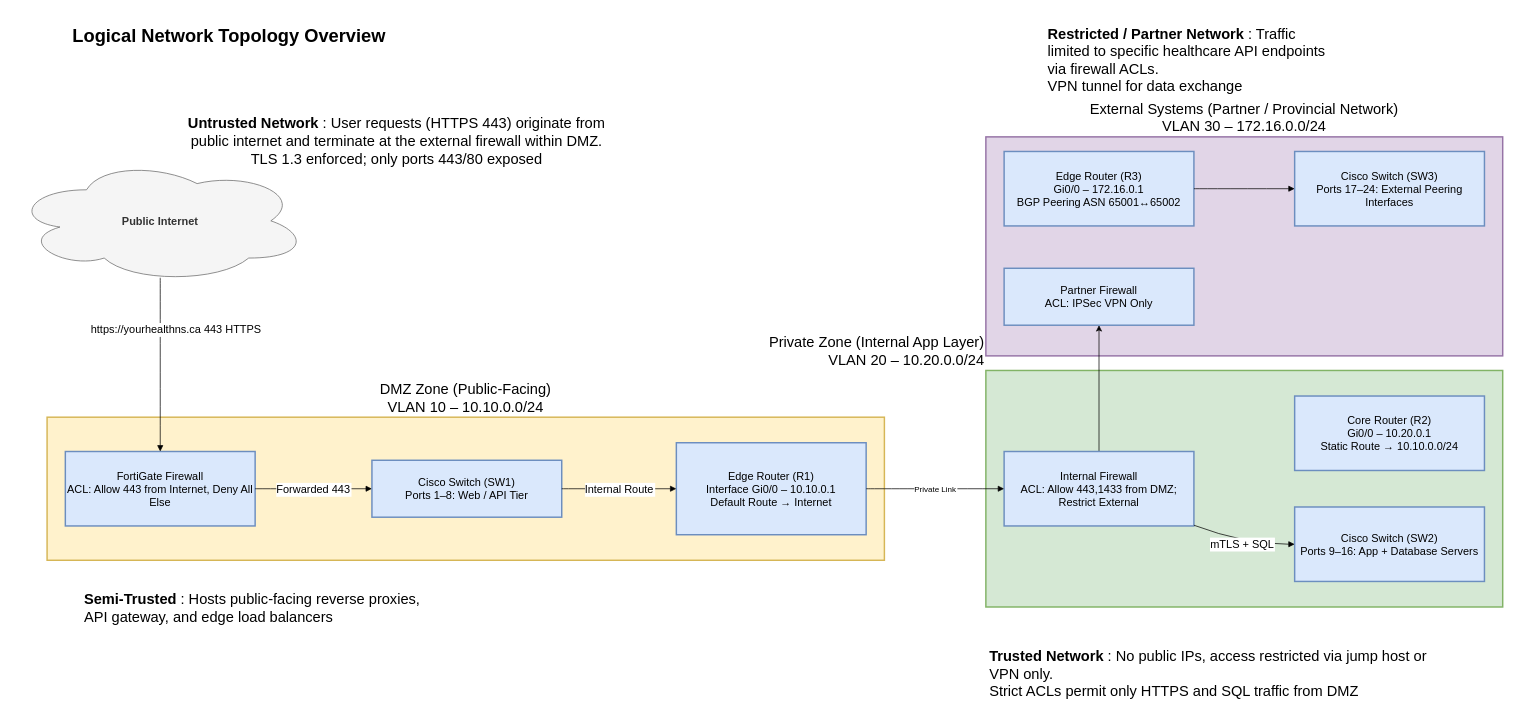
sacssuresh/YourHealthNS-Architecture keeps this draw.io diagram as NetworkArch.drawio. Above is the earlier version. Source tidied: cells renumbered, new cells numbered last; positions are measured from the earlier drawing's top-left corner, leaving out a move shared by most shapes. Both pictures are drawn from the tidied source at 73%, with x=0, y=0 at pixel (12, 20).
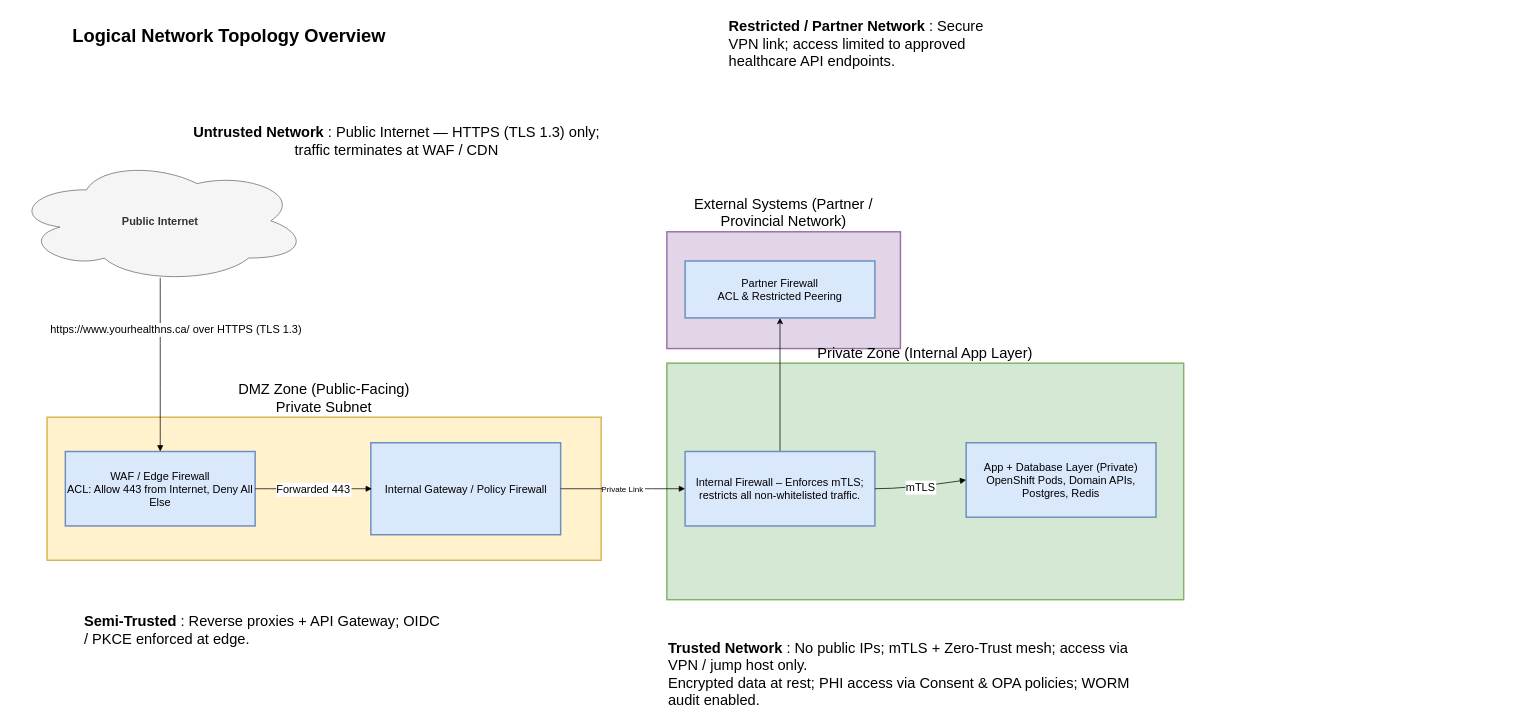
The same page after the edit.

Change to the diagram source:
```diff
@@
-    <mxCell id="2" value="External Systems (Partner / Provincial Network)&#10;VLAN 30 – 172.16.0.0/24" style="whiteSpace=wrap;strokeWidth=2;fillColor=#e1d5e7;strokeColor=#9673a6;fontSize=20;labelPosition=center;verticalLabelPosition=top;align=center;verticalAlign=bottom;" parent="1" vertex="1">
-      <mxGeometry x="1333" y="160" width="708" height="300" as="geometry" />
+    <mxCell id="2" value="External Systems (Partner / Provincial Network)" style="whiteSpace=wrap;strokeWidth=2;fillColor=#e1d5e7;strokeColor=#9673a6;fontSize=20;labelPosition=center;verticalLabelPosition=top;align=center;verticalAlign=bottom;" parent="1" vertex="1">
+      <mxGeometry x="896" y="290" width="320" height="160" as="geometry" />
     </mxCell>
-    <mxCell id="3" value="Private Zone (Internal App Layer)&#10;VLAN 20 – 10.20.0.0/24" style="whiteSpace=wrap;strokeWidth=2;fillColor=#d5e8d4;strokeColor=#82b366;labelPosition=left;verticalLabelPosition=top;align=right;verticalAlign=bottom;fontSize=20;" parent="1" vertex="1">
-      <mxGeometry x="1333" y="480" width="708" height="324" as="geometry" />
+    <mxCell id="3" value="Private Zone (Internal App Layer)" style="whiteSpace=wrap;strokeWidth=2;fillColor=#d5e8d4;strokeColor=#82b366;labelPosition=center;verticalLabelPosition=top;align=center;verticalAlign=bottom;fontSize=20;" parent="1" vertex="1">
+      <mxGeometry x="896" y="470" width="708" height="324" as="geometry" />
     </mxCell>
-    <mxCell id="4" value="DMZ Zone (Public-Facing)&#10;VLAN 10 – 10.10.0.0/24" style="whiteSpace=wrap;strokeWidth=2;fillColor=#fff2cc;strokeColor=#d6b656;fontSize=20;labelPosition=center;verticalLabelPosition=top;align=center;verticalAlign=bottom;" parent="1" vertex="1">
-      <mxGeometry x="47" y="544" width="1147" height="196" as="geometry" />
+    <mxCell id="4" value="DMZ Zone (Public-Facing)&#10;Private Subnet" style="whiteSpace=wrap;strokeWidth=2;fillColor=#fff2cc;strokeColor=#d6b656;fontSize=20;labelPosition=center;verticalLabelPosition=top;align=center;verticalAlign=bottom;" parent="1" vertex="1">
+      <mxGeometry x="47" y="544" width="759" height="196" as="geometry" />
     </mxCell>
-    <mxCell id="5" value="FortiGate Firewall&#10;ACL: Allow 443 from Internet, Deny All Else" style="whiteSpace=wrap;strokeWidth=2;fillColor=#dae8fc;strokeColor=#6c8ebf;fontSize=15;" parent="1" vertex="1">
+    <mxCell id="5" value="WAF / Edge Firewall&#10;ACL: Allow 443 from Internet, Deny All Else" style="whiteSpace=wrap;strokeWidth=2;fillColor=#dae8fc;strokeColor=#6c8ebf;fontSize=15;" parent="1" vertex="1">
       <mxGeometry x="72" y="591" width="260" height="102" as="geometry" />
     </mxCell>
-    <mxCell id="6" value="Edge Router (R1)&#10;Interface Gi0/0 – 10.10.0.1&#10;Default Route → Internet" style="whiteSpace=wrap;strokeWidth=2;fillColor=#dae8fc;strokeColor=#6c8ebf;fontSize=15;" parent="1" vertex="1">
-      <mxGeometry x="909" y="579" width="260" height="126" as="geometry" />
+    <mxCell id="6" value="Internal Gateway / Policy Firewall" style="whiteSpace=wrap;strokeWidth=2;fillColor=#dae8fc;strokeColor=#6c8ebf;fontSize=15;" parent="1" vertex="1">
+      <mxGeometry x="490.5" y="579" width="260" height="126" as="geometry" />
     </mxCell>
-    <mxCell id="7" value="Cisco Switch (SW1)&#10;Ports 1–8: Web / API Tier" style="whiteSpace=wrap;strokeWidth=2;fillColor=#dae8fc;strokeColor=#6c8ebf;fontSize=15;" parent="1" vertex="1">
-      <mxGeometry x="492" y="603" width="260" height="78" as="geometry" />
-    </mxCell>
@@
-    <mxCell id="9" value="Internal Firewall&#10;ACL: Allow 443,1433 from DMZ; Restrict External" style="whiteSpace=wrap;strokeWidth=2;fillColor=#dae8fc;strokeColor=#6c8ebf;fontSize=15;" parent="1" vertex="1">
-      <mxGeometry x="1358" y="591" width="260" height="102" as="geometry" />
+    <mxCell id="9" value="Internal Firewall – Enforces mTLS; restricts all non-whitelisted traffic." style="whiteSpace=wrap;strokeWidth=2;fillColor=#dae8fc;strokeColor=#6c8ebf;fontSize=15;" parent="1" vertex="1">
+      <mxGeometry x="921" y="591" width="260" height="102" as="geometry" />
     </mxCell>
-    <mxCell id="10" value="Core Router (R2)&#10;Gi0/0 – 10.20.0.1&#10;Static Route → 10.10.0.0/24" style="whiteSpace=wrap;strokeWidth=2;fillColor=#dae8fc;strokeColor=#6c8ebf;fontSize=15;" parent="1" vertex="1">
-      <mxGeometry x="1756" y="515" width="260" height="102" as="geometry" />
-    </mxCell>
-    <mxCell id="11" value="Cisco Switch (SW2)&#10;Ports 9–16: App + Database Servers" style="whiteSpace=wrap;strokeWidth=2;fillColor=#dae8fc;strokeColor=#6c8ebf;fontSize=15;" parent="1" vertex="1">
-      <mxGeometry x="1756" y="667" width="260" height="102" as="geometry" />
+    <mxCell id="11" value="App + Database Layer (Private)&#10;OpenShift Pods, Domain APIs, Postgres, Redis" style="whiteSpace=wrap;strokeWidth=2;fillColor=#dae8fc;strokeColor=#6c8ebf;fontSize=15;" parent="1" vertex="1">
+      <mxGeometry x="1306" y="579" width="260" height="102" as="geometry" />
     </mxCell>
-    <mxCell id="12" value="Partner Firewall&#10;ACL: IPSec VPN Only" style="whiteSpace=wrap;strokeWidth=2;fillColor=#dae8fc;strokeColor=#6c8ebf;fontSize=15;" parent="1" vertex="1">
-      <mxGeometry x="1358" y="340" width="260" height="78" as="geometry" />
+    <mxCell id="12" value="Partner Firewall&#10;ACL &amp; Restricted Peering" style="whiteSpace=wrap;strokeWidth=2;fillColor=#dae8fc;strokeColor=#6c8ebf;fontSize=15;" parent="1" vertex="1">
+      <mxGeometry x="921" y="330" width="260" height="78" as="geometry" />
     </mxCell>
-    <mxCell id="13" value="Edge Router (R3)&#10;Gi0/0 – 172.16.0.1&#10;BGP Peering ASN 65001↔65002" style="whiteSpace=wrap;strokeWidth=2;fillColor=#dae8fc;strokeColor=#6c8ebf;fontSize=15;" parent="1" vertex="1">
-      <mxGeometry x="1358" y="180" width="260" height="102" as="geometry" />
-    </mxCell>
-    <mxCell id="14" value="Cisco Switch (SW3)&#10;Ports 17–24: External Peering Interfaces" style="whiteSpace=wrap;strokeWidth=2;fillColor=#dae8fc;strokeColor=#6c8ebf;fontSize=15;" parent="1" vertex="1">
-      <mxGeometry x="1756" y="180" width="260" height="102" as="geometry" />
-    </mxCell>
-    <mxCell id="15" value="https://yourhealthns.ca 443 HTTPS" style="curved=1;startArrow=none;endArrow=block;entryX=0.5;entryY=0;rounded=0;entryDx=0;entryDy=0;exitX=0.5;exitY=1;exitDx=0;exitDy=0;fontSize=15;labelPosition=center;verticalLabelPosition=middle;align=center;verticalAlign=middle;" parent="1" edge="1" target="5">
+    <mxCell id="15" value="https://www.yourhealthns.ca/ over HTTPS (TLS 1.3)" style="curved=1;startArrow=none;endArrow=block;entryX=0.5;entryY=0;rounded=0;entryDx=0;entryDy=0;exitX=0.5;exitY=1;exitDx=0;exitDy=0;fontSize=15;labelPosition=center;verticalLabelPosition=middle;align=center;verticalAlign=middle;" parent="1" edge="1" target="5">
       <mxGeometry x="-0.4" y="22" relative="1" as="geometry">
         <mxPoint x="202" y="353" as="sourcePoint" />
         <mxPoint y="-1" as="offset" />
       </mxGeometry>
     </mxCell>
-    <mxCell id="16" value="Forwarded 443" style="curved=1;startArrow=none;endArrow=block;exitX=1;exitY=0.5;entryX=0;entryY=0.5;rounded=0;fontSize=15;" parent="1" edge="1" source="5" target="7">
-      <mxGeometry relative="1" as="geometry" />
+    <mxCell id="16" value="Forwarded 443" style="curved=1;startArrow=none;endArrow=block;exitX=1;exitY=0.5;entryX=0;entryY=0.5;rounded=0;fontSize=15;" parent="1" edge="1" source="5">
+      <mxGeometry relative="1" as="geometry">
+        <mxPoint x="492" y="642" as="targetPoint" />
+      </mxGeometry>
     </mxCell>
-    <mxCell id="17" value="Internal Route" style="curved=1;startArrow=none;endArrow=block;exitX=1;exitY=0.5;entryX=0;entryY=0.5;rounded=0;fontSize=15;" parent="1" edge="1" source="7" target="6">
-      <mxGeometry relative="1" as="geometry" />
-    </mxCell>
@@
-    <mxCell id="19" value="mTLS + SQL" style="curved=1;startArrow=none;endArrow=block;exitX=1;exitY=0.99;entryX=0;entryY=0.5;rounded=0;fontSize=15;" parent="1" edge="1" source="9" target="11">
+    <mxCell id="19" value="mTLS" style="curved=1;startArrow=none;endArrow=block;exitX=1;exitY=0.5;entryX=0;entryY=0.5;rounded=0;fontSize=15;exitDx=0;exitDy=0;" parent="1" edge="1" source="9" target="11">
       <mxGeometry relative="1" as="geometry">
         <Array as="points">
-          <mxPoint x="1687" y="718" />
+          <mxPoint x="1226" y="642" />
         </Array>
       </mxGeometry>
     </mxCell>
-    <mxCell id="20" style="curved=1;startArrow=none;endArrow=block;exitX=1;exitY=0.5;entryX=0;entryY=0.5;rounded=0;" parent="1" edge="1" source="13" target="14">
-      <mxGeometry relative="1" as="geometry" />
-    </mxCell>
@@
-    <mxCell id="22" value="&lt;b&gt;Untrusted Network&lt;/b&gt; : User requests (HTTPS 443) originate from public internet and terminate at the external firewall within DMZ. TLS 1.3 enforced; only ports 443/80 exposed" style="text;html=1;whiteSpace=wrap;strokeColor=none;fillColor=none;align=center;verticalAlign=middle;rounded=0;fontSize=20;" parent="1" vertex="1">
+    <mxCell id="22" value="&lt;b&gt;Untrusted Network&lt;/b&gt; : Public Internet — HTTPS (TLS 1.3) only; traffic terminates at WAF / CDN" style="text;html=1;whiteSpace=wrap;strokeColor=none;fillColor=none;align=center;verticalAlign=middle;rounded=0;fontSize=20;" parent="1" vertex="1">
       <mxGeometry x="236" y="150" width="580" height="30" as="geometry" />
     </mxCell>
-    <mxCell id="23" value="&lt;b&gt;Semi-Trusted &lt;/b&gt;: Hosts public-facing reverse proxies, API gateway, and edge load balancers" style="text;html=1;whiteSpace=wrap;strokeColor=none;fillColor=none;align=left;verticalAlign=middle;rounded=0;fontSize=20;" parent="1" vertex="1">
-      <mxGeometry x="96" y="790" width="490" height="30" as="geometry" />
+    <mxCell id="23" value="&lt;b&gt;Semi-Trusted &lt;/b&gt;: Reverse proxies + API Gateway; OIDC / PKCE enforced at edge." style="text;html=1;whiteSpace=wrap;strokeColor=none;fillColor=none;align=left;verticalAlign=middle;rounded=0;fontSize=20;" parent="1" vertex="1">
+      <mxGeometry x="96" y="820" width="490" height="30" as="geometry" />
     </mxCell>
-    <mxCell id="24" value="&lt;b&gt;Trusted Network&lt;/b&gt; :&amp;nbsp;No public IPs, access restricted via jump host or VPN only.&amp;nbsp;&lt;div&gt;Strict ACLs permit only HTTPS and SQL traffic from DMZ&lt;/div&gt;" style="text;html=1;whiteSpace=wrap;strokeColor=none;fillColor=none;align=left;verticalAlign=middle;rounded=0;fontSize=20;" parent="1" vertex="1">
-      <mxGeometry x="1336" y="880" width="640" height="30" as="geometry" />
+    <mxCell id="24" value="&lt;b&gt;Trusted Network&lt;/b&gt; : No public IPs; mTLS + Zero-Trust mesh; access via VPN / jump host only.&amp;nbsp;&lt;div&gt;Encrypted data at rest; PHI access via Consent &amp;amp; OPA policies; WORM audit enabled.&lt;/div&gt;" style="text;html=1;whiteSpace=wrap;strokeColor=none;fillColor=none;align=left;verticalAlign=middle;rounded=0;fontSize=20;" parent="1" vertex="1">
+      <mxGeometry x="896" y="880" width="640" height="30" as="geometry" />
     </mxCell>
-    <mxCell id="25" value="&lt;b&gt;Restricted / Partner Network &lt;/b&gt;: Traffic limited to specific healthcare API endpoints via firewall ACLs.&lt;div&gt;VPN tunnel for data exchange&lt;/div&gt;" style="text;whiteSpace=wrap;html=1;fontSize=20;" parent="1" vertex="1">
-      <mxGeometry x="1416" width="390" height="40" as="geometry" />
+    <mxCell id="25" value="&lt;b&gt;Restricted / Partner Network &lt;/b&gt;: Secure VPN link; access limited to approved healthcare API endpoints." style="text;whiteSpace=wrap;html=1;fontSize=20;" parent="1" vertex="1">
+      <mxGeometry x="979" y="-10" width="390" height="40" as="geometry" />
     </mxCell>
```
